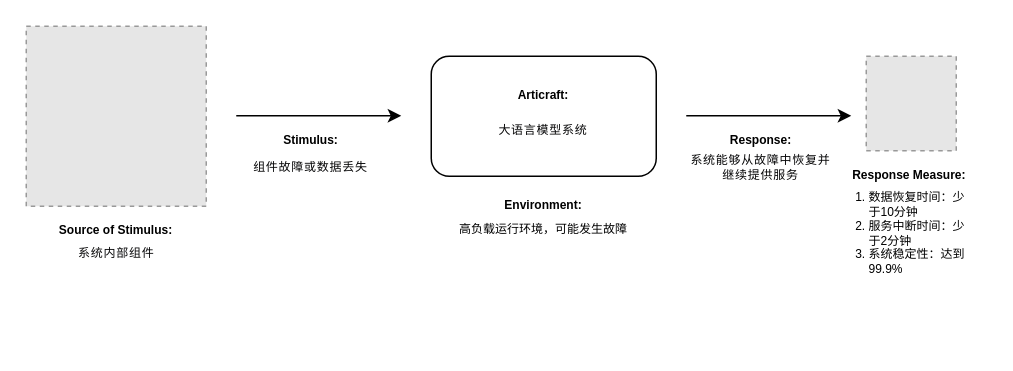
Before: diagrams/Usability.drawio in YuhangChan/Diagrams, a draw.io diagram. Source tidied: cells renumbered, new cells numbered last; positions are measured from the earlier drawing's top-left corner, leaving out a move shared by most shapes. Both pictures are drawn from the tidied source at 150%, with x=0, y=0 at pixel (26, 26). Pictures stored in the file or linked from it are replaced by grey dashed boxes.
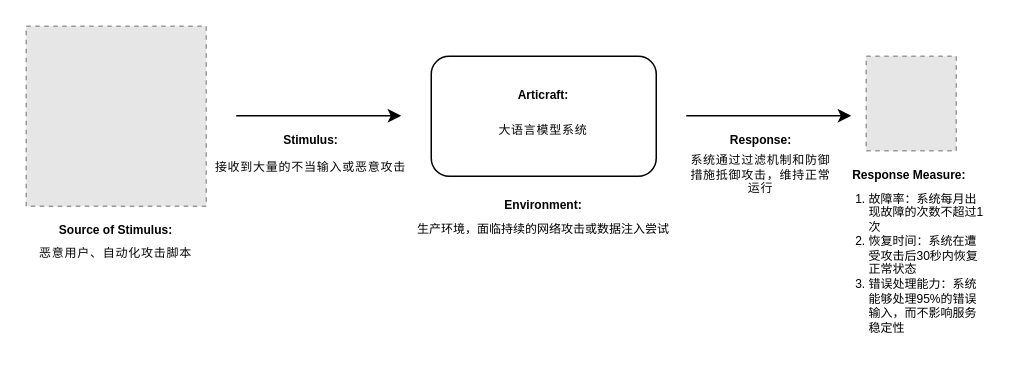
The same diagram, later.

What changed in the source:
```diff
@@
-    <mxCell id="12" value="&lt;div style=&quot;text-align: start;&quot;&gt;&lt;font face=&quot;-apple-system, blinkmacsystemfont, Helvetica Neue, helvetica, segoe ui, arial, roboto, PingFang SC, miui, Hiragino Sans GB, Microsoft Yahei, sans-serif&quot; color=&quot;#060607&quot;&gt;&lt;span style=&quot;font-size: 8px; letter-spacing: 0.5px;&quot;&gt;系统内部组件&lt;/span&gt;&lt;/font&gt;&lt;br&gt;&lt;/div&gt;" style="text;html=1;align=center;verticalAlign=middle;whiteSpace=wrap;rounded=0;" parent="1" vertex="1">
-      <mxGeometry x="32.5" y="140" width="55" height="20" as="geometry" />
+    <mxCell id="12" value="&lt;div style=&quot;text-align: start;&quot;&gt;&lt;font face=&quot;-apple-system, blinkmacsystemfont, Helvetica Neue, helvetica, segoe ui, arial, roboto, PingFang SC, miui, Hiragino Sans GB, Microsoft Yahei, sans-serif&quot; color=&quot;#060607&quot;&gt;&lt;span style=&quot;font-size: 8px; letter-spacing: 0.5px;&quot;&gt;恶意用户、自动化攻击脚本&lt;/span&gt;&lt;/font&gt;&lt;br&gt;&lt;/div&gt;" style="text;html=1;align=center;verticalAlign=middle;whiteSpace=wrap;rounded=0;" parent="1" vertex="1">
+      <mxGeometry x="6.2" y="135" width="107.5" height="30" as="geometry" />
     </mxCell>
-    <mxCell id="13" value="&lt;div style=&quot;text-align: start;&quot;&gt;&lt;font face=&quot;-apple-system, blinkmacsystemfont, Helvetica Neue, helvetica, segoe ui, arial, roboto, PingFang SC, miui, Hiragino Sans GB, Microsoft Yahei, sans-serif&quot; color=&quot;#060607&quot;&gt;&lt;span style=&quot;font-size: 8px; letter-spacing: 0.5px;&quot;&gt;组件故障或数据丢失&lt;/span&gt;&lt;/font&gt;&lt;br&gt;&lt;/div&gt;" style="text;html=1;align=center;verticalAlign=middle;whiteSpace=wrap;rounded=0;" parent="1" vertex="1">
-      <mxGeometry x="140" y="83" width="100" height="20" as="geometry" />
+    <mxCell id="13" value="&lt;div style=&quot;text-align: start;&quot;&gt;&lt;font face=&quot;-apple-system, blinkmacsystemfont, Helvetica Neue, helvetica, segoe ui, arial, roboto, PingFang SC, miui, Hiragino Sans GB, Microsoft Yahei, sans-serif&quot; color=&quot;#060607&quot;&gt;&lt;span style=&quot;font-size: 8px; letter-spacing: 0.5px;&quot;&gt;接收到大量的不当输入或恶意攻击&lt;/span&gt;&lt;/font&gt;&lt;br&gt;&lt;/div&gt;" style="text;html=1;align=center;verticalAlign=middle;whiteSpace=wrap;rounded=0;" parent="1" vertex="1">
+      <mxGeometry x="125" y="83" width="130" height="20" as="geometry" />
     </mxCell>
@@
-    <mxCell id="16" value="高负载运行环境，可能发生故障" style="text;html=1;align=center;verticalAlign=middle;whiteSpace=wrap;rounded=0;fontSize=8;" parent="1" vertex="1">
-      <mxGeometry x="285.9" y="130" width="118.1" height="10" as="geometry" />
+    <mxCell id="16" value="生产环境，面临持续的网络攻击或数据注入尝试" style="text;html=1;align=center;verticalAlign=middle;whiteSpace=wrap;rounded=0;fontSize=8;" parent="1" vertex="1">
+      <mxGeometry x="258" y="130" width="174.1" height="10" as="geometry" />
     </mxCell>
-    <mxCell id="17" value="&lt;span style=&quot;color: rgb(6, 6, 7); font-family: -apple-system, blinkmacsystemfont, &amp;quot;Helvetica Neue&amp;quot;, helvetica, &amp;quot;segoe ui&amp;quot;, arial, roboto, &amp;quot;PingFang SC&amp;quot;, miui, &amp;quot;Hiragino Sans GB&amp;quot;, &amp;quot;Microsoft Yahei&amp;quot;, sans-serif; font-size: 8px; font-style: normal; font-variant-ligatures: normal; font-variant-caps: normal; font-weight: 400; letter-spacing: 0.5px; orphans: 2; text-indent: 0px; text-transform: none; widows: 2; word-spacing: 0px; -webkit-text-stroke-width: 0px; white-space: normal; background-color: rgb(255, 255, 255); text-decoration-thickness: initial; text-decoration-style: initial; text-decoration-color: initial; float: none; display: inline !important;&quot;&gt;系统能够从故障中恢复并继续提供服务&lt;/span&gt;" style="text;whiteSpace=wrap;html=1;align=center;fontSize=8;" parent="1" vertex="1">
+    <mxCell id="17" value="&lt;span style=&quot;color: rgb(6, 6, 7); font-family: -apple-system, blinkmacsystemfont, &amp;quot;Helvetica Neue&amp;quot;, helvetica, &amp;quot;segoe ui&amp;quot;, arial, roboto, &amp;quot;PingFang SC&amp;quot;, miui, &amp;quot;Hiragino Sans GB&amp;quot;, &amp;quot;Microsoft Yahei&amp;quot;, sans-serif; font-size: 8px; font-style: normal; font-variant-ligatures: normal; font-variant-caps: normal; font-weight: 400; letter-spacing: 0.5px; orphans: 2; text-indent: 0px; text-transform: none; widows: 2; word-spacing: 0px; -webkit-text-stroke-width: 0px; white-space: normal; background-color: rgb(255, 255, 255); text-decoration-thickness: initial; text-decoration-style: initial; text-decoration-color: initial; float: none; display: inline !important;&quot;&gt;系统通过过滤机制和防御措施抵御攻击，维持正常运行&lt;/span&gt;" style="text;whiteSpace=wrap;html=1;align=center;fontSize=8;" parent="1" vertex="1">
       <mxGeometry x="440" y="78" width="100" height="30" as="geometry" />
     </mxCell>
-    <mxCell id="18" value="&lt;ol style=&quot;font-size: 8px;&quot;&gt;&lt;li style=&quot;box-sizing: inherit;&quot;&gt;&lt;span style=&quot;font-size: 8px;&quot;&gt;数据恢复时间：少于10分钟&lt;/span&gt;&lt;/li&gt;&lt;li style=&quot;box-sizing: inherit;&quot;&gt;&lt;span style=&quot;font-size: 8px;&quot;&gt;服务中断时间：少于2分钟&lt;/span&gt;&lt;/li&gt;&lt;li style=&quot;box-sizing: inherit;&quot;&gt;&lt;span style=&quot;font-size: 8px;&quot;&gt;系统稳定性：达到99.9%&lt;/span&gt;&lt;/li&gt;&lt;/ol&gt;" style="text;strokeColor=none;fillColor=none;html=1;whiteSpace=wrap;verticalAlign=middle;overflow=hidden;align=left;" parent="1" vertex="1">
-      <mxGeometry x="520" y="100" width="110" height="76.5" as="geometry" />
+    <mxCell id="18" value="&lt;ol style=&quot;font-size: 8px;&quot;&gt;&lt;li style=&quot;box-sizing: inherit; font-size: 8px;&quot;&gt;&lt;span style=&quot;background-color: initial;&quot;&gt;故障率：系统每月出现故障的次数不超过1次&lt;/span&gt;&lt;br&gt;&lt;/li&gt;&lt;li style=&quot;box-sizing: inherit; font-size: 8px;&quot;&gt;&lt;span style=&quot;font-size: 8px;&quot;&gt;恢复时间：系统在遭受攻击后30秒内恢复正常状态&lt;/span&gt;&lt;/li&gt;&lt;li style=&quot;box-sizing: inherit; font-size: 8px;&quot;&gt;&lt;span style=&quot;font-size: 8px;&quot;&gt;错误处理能力：系统能够处理95%的错误输入，而不影响服务稳定性&lt;/span&gt;&lt;/li&gt;&lt;/ol&gt;" style="text;strokeColor=none;fillColor=none;html=1;whiteSpace=wrap;verticalAlign=middle;overflow=hidden;align=left;fontSize=8;" parent="1" vertex="1">
+      <mxGeometry x="520" y="100" width="120" height="112" as="geometry" />
     </mxCell>
```
